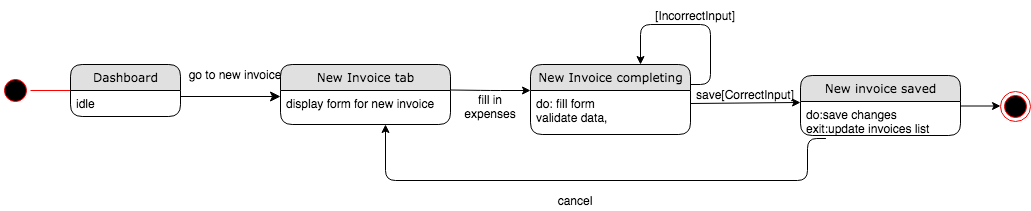
Earlier version of the draw.io export Diagrams/State Chart Diagrams FINAL/ST_23 GENERATE INVOICE.png (kkasharaj17/SE-project). Source tidied: cells renumbered, new cells last; positions are measured from the earlier drawing's top-left corner, leaving out a move shared by most shapes.
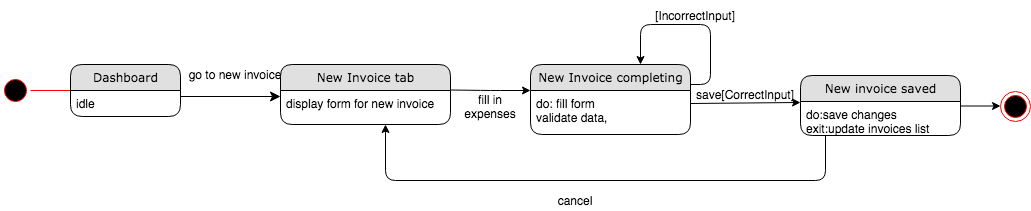
The same file after the commit.

The edit, as a diff of the source:
```diff
@@ -81,11 +81,12 @@
         <mxPoint x="690" y="103" as="sourcePoint" />
       </mxGeometry>
     </mxCell>
-    <mxCell id="20" style="edgeStyle=segmentEdgeStyle;endArrow=classic;html=1;exitX=0.159;exitY=1.088;exitDx=0;exitDy=0;exitPerimeter=0;" parent="1" edge="1" source="23">
+    <mxCell id="20" style="edgeStyle=segmentEdgeStyle;endArrow=classic;html=1;" parent="1" edge="1">
       <mxGeometry relative="1" as="geometry">
+        <mxPoint x="825" y="130" as="sourcePoint" />
         <mxPoint x="385" y="124" as="targetPoint" />
         <Array as="points">
-          <mxPoint x="807" y="180" />
+          <mxPoint x="825" y="180" />
           <mxPoint x="385" y="180" />
         </Array>
       </mxGeometry>
```
